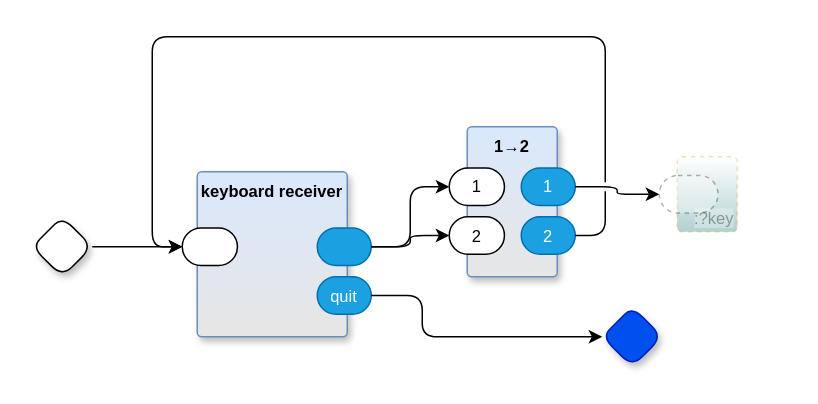
Earlier version of the draw.io diagram page "testkbd" (1 of 2) of pong.drawio (guitarvydas/pbp-pong). Source tidied: cells renumbered, new cells numbered last; positions are measured from the earlier drawing's top-left corner, leaving out a move shared by most shapes. Both pictures are drawn from the tidied source at 150%, with x=0, y=0 at pixel (32, 36).
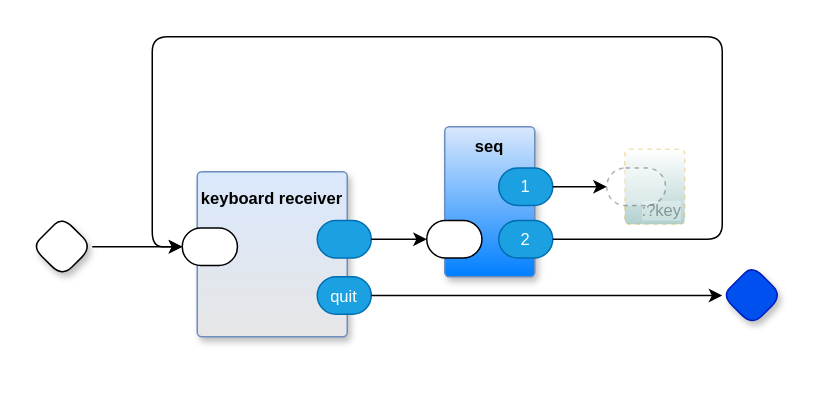
The same page after the edit.

The change refers to these unchanged cells:
```xml
<mxCell id="4" style="rounded=1;whiteSpace=wrap;html=1;sketch=0;points=[[0,0.5,0,0,0],[1,0.5,0,0,0]];arcSize=50;fontFamily=Helvetica;fontSize=11;fontColor=default;labelBackgroundColor=none;" parent="2" vertex="1">
  <mxGeometry x="-10" y="37.5" width="36.8" height="25" as="geometry" />
</mxCell>
<mxCell id="5" value="quit" style="rounded=1;whiteSpace=wrap;html=1;sketch=0;points=[[0,0.5,0,0,0],[1,0.5,0,0,0]];fillColor=#1ba1e2;fontColor=#ffffff;strokeColor=#006EAF;arcSize=50;fontFamily=Helvetica;fontSize=11;labelBackgroundColor=none;" parent="2" vertex="1">
  <mxGeometry x="80" y="70" width="36" height="25" as="geometry" />
</mxCell>
```

Change to the diagram source:
```diff
@@
-    <mxCell id="2" value="keyboard receiver" style="rounded=1;whiteSpace=wrap;verticalAlign=top;arcSize=6;fontStyle=1;absoluteArcSize=1;shadow=1;strokeColor=#6c8ebf;fillColor=#dae8fc;fontFamily=Helvetica;fontSize=11;gradientColor=#E6E6E6;fontColor=default;labelBackgroundColor=none;" parent="1" vertex="1">
+    <mxCell id="2" value="keyboard receiver" style="rounded=1;whiteSpace=wrap;verticalAlign=top;arcSize=6;fontStyle=1;absoluteArcSize=1;shadow=1;strokeColor=#6c8ebf;fillColor=#dae8fc;fontFamily=Helvetica;fontSize=11;gradientColor=#E6E6E6;fontColor=default;labelBackgroundColor=none;spacingTop=5;" parent="1" vertex="1">
       <mxGeometry x="110" y="90" width="100" height="110" as="geometry" />
     </mxCell>
     <mxCell id="3" style="rounded=1;whiteSpace=wrap;html=1;sketch=0;points=[[0,0.5,0,0,0],[1,0.5,0,0,0]];fillColor=#1ba1e2;fontColor=#ffffff;strokeColor=#006EAF;arcSize=50;fontFamily=Helvetica;fontSize=11;labelBackgroundColor=none;" parent="2" vertex="1">
-      <mxGeometry x="80" y="37.5" width="36" height="25" as="geometry" />
+      <mxGeometry x="80" y="32.5" width="36" height="25" as="geometry" />
     </mxCell>
@@
     <mxCell id="6" value=":?key" style="rounded=1;whiteSpace=wrap;html=1;sketch=0;verticalAlign=bottom;arcSize=6;fontStyle=0;absoluteArcSize=1;shadow=0;strokeColor=#d79b00;fillColor=#FFFFFF;fontFamily=Helvetica;fontSize=11;dashed=1;opacity=30;align=right;textOpacity=30;gradientColor=#006666;fontColor=default;labelBackgroundColor=default;" parent="1" vertex="1">
-      <mxGeometry x="430" y="80" width="40" height="50" as="geometry" />
+      <mxGeometry x="395" y="75" width="40" height="50" as="geometry" />
     </mxCell>
@@
     <mxCell id="10" style="rhombus;whiteSpace=wrap;html=1;rounded=1;fontStyle=1;glass=0;sketch=0;fontSize=12;points=[[0,0.5,0,0,0],[0.5,0,0,0,0],[0.5,1,0,0,0],[1,0.5,0,0,0]];shadow=1;fillColor=#0050ef;fontColor=#ffffff;strokeColor=#001DBC;fontFamily=Helvetica;labelBackgroundColor=none;" parent="1" vertex="1">
-      <mxGeometry x="380" y="180" width="40" height="40" as="geometry" />
+      <mxGeometry x="460" y="152.5" width="40" height="40" as="geometry" />
     </mxCell>
-    <mxCell id="11" style="edgeStyle=orthogonalEdgeStyle;shape=connector;curved=0;rounded=1;jumpStyle=gap;jettySize=auto;html=1;exitX=1;exitY=0.5;exitDx=0;exitDy=0;exitPerimeter=0;entryX=0;entryY=0.5;entryDx=0;entryDy=0;entryPerimeter=0;strokeColor=default;align=center;verticalAlign=middle;fontFamily=Helvetica;fontSize=11;fontColor=default;labelBackgroundColor=default;endArrow=classic;" parent="1" edge="1" source="5" target="10">
-      <mxGeometry relative="1" as="geometry">
-        <Array as="points">
-          <mxPoint x="260" y="173" />
-          <mxPoint x="260" y="200" />
-        </Array>
-      </mxGeometry>
-    </mxCell>
-    <mxCell id="12" value="1→2" style="rounded=1;whiteSpace=wrap;html=1;verticalAlign=top;arcSize=6;fontStyle=1;absoluteArcSize=1;shadow=1;strokeColor=#6c8ebf;fillColor=#dae8fc;fontFamily=Helvetica;fontSize=11;gradientColor=#E6E6E6;fontColor=default;labelBackgroundColor=none;" parent="1" vertex="1">
-      <mxGeometry x="290" y="60" width="60" height="100" as="geometry" />
+    <mxCell id="12" value="seq" style="rounded=1;whiteSpace=wrap;html=1;verticalAlign=top;arcSize=6;fontStyle=1;absoluteArcSize=1;shadow=1;strokeColor=#6c8ebf;fillColor=#dae8fc;fontFamily=Helvetica;fontSize=11;gradientColor=#007FFF;fontColor=default;labelBackgroundColor=none;" parent="1" vertex="1">
+      <mxGeometry x="275" y="60" width="60" height="100" as="geometry" />
     </mxCell>
-    <mxCell id="13" value="1" style="rounded=1;whiteSpace=wrap;html=1;sketch=0;points=[[0,0.5,0,0,0],[1,0.5,0,0,0]];arcSize=50;fontFamily=Helvetica;fontSize=11;fontColor=default;labelBackgroundColor=none;" parent="12" vertex="1">
-      <mxGeometry x="-12" y="27.5" width="36.8" height="25" as="geometry" />
-    </mxCell>
@@
-    <mxCell id="15" value="2" style="rounded=1;whiteSpace=wrap;html=1;sketch=0;points=[[0,0.5,0,0,0],[1,0.5,0,0,0]];arcSize=50;fontFamily=Helvetica;fontSize=11;fontColor=default;labelBackgroundColor=none;" parent="12" vertex="1">
-      <mxGeometry x="-12" y="60" width="36.8" height="25" as="geometry" />
+    <mxCell id="15" style="rounded=1;whiteSpace=wrap;html=1;sketch=0;points=[[0,0.5,0,0,0],[1,0.5,0,0,0]];arcSize=50;fontFamily=Helvetica;fontSize=11;fontColor=default;labelBackgroundColor=none;" parent="12" vertex="1">
+      <mxGeometry x="-12" y="62.5" width="36.8" height="25" as="geometry" />
     </mxCell>
     <mxCell id="16" value="2" style="rounded=1;whiteSpace=wrap;html=1;sketch=0;points=[[0,0.5,0,0,0],[1,0.5,0,0,0]];fillColor=#1ba1e2;fontColor=#ffffff;strokeColor=#006EAF;arcSize=50;fontFamily=Helvetica;fontSize=11;labelBackgroundColor=none;" parent="12" vertex="1">
-      <mxGeometry x="36" y="60" width="36" height="25" as="geometry" />
+      <mxGeometry x="36" y="62.5" width="36" height="25" as="geometry" />
     </mxCell>
-    <mxCell id="17" style="edgeStyle=orthogonalEdgeStyle;shape=connector;curved=0;rounded=1;jumpStyle=gap;jettySize=auto;html=1;exitX=1;exitY=0.5;exitDx=0;exitDy=0;exitPerimeter=0;entryX=0;entryY=0.5;entryDx=0;entryDy=0;entryPerimeter=0;strokeColor=default;align=center;verticalAlign=middle;fontFamily=Helvetica;fontSize=11;fontColor=default;labelBackgroundColor=default;endArrow=classic;" parent="1" edge="1" source="3" target="13">
-      <mxGeometry relative="1" as="geometry" />
-    </mxCell>
@@
     <mxCell id="20" style="edgeStyle=orthogonalEdgeStyle;shape=connector;curved=0;rounded=1;jumpStyle=gap;jettySize=auto;html=1;exitX=1;exitY=0.5;exitDx=0;exitDy=0;exitPerimeter=0;entryX=0;entryY=0.5;entryDx=0;entryDy=0;entryPerimeter=0;strokeColor=default;align=center;verticalAlign=middle;fontFamily=Helvetica;fontSize=11;fontColor=default;labelBackgroundColor=default;endArrow=classic;" parent="1" edge="1" source="16" target="4">
       <mxGeometry relative="1" as="geometry">
         <Array as="points">
-          <mxPoint x="382" y="133" />
-          <mxPoint x="382" />
+          <mxPoint x="460" y="135" />
+          <mxPoint x="460" />
           <mxPoint x="80" />
           <mxPoint x="80" y="140" />
         </Array>
       </mxGeometry>
     </mxCell>
+    <mxCell id="11" style="edgeStyle=orthogonalEdgeStyle;shape=connector;curved=0;rounded=1;jumpStyle=gap;jettySize=auto;html=1;exitX=1;exitY=0.5;exitDx=0;exitDy=0;exitPerimeter=0;entryX=0;entryY=0.5;entryDx=0;entryDy=0;entryPerimeter=0;strokeColor=default;align=center;verticalAlign=middle;fontFamily=Helvetica;fontSize=11;fontColor=default;labelBackgroundColor=default;endArrow=classic;" parent="1" edge="1" source="5" target="10">
+      <mxGeometry relative="1" as="geometry" />
+    </mxCell>
```
